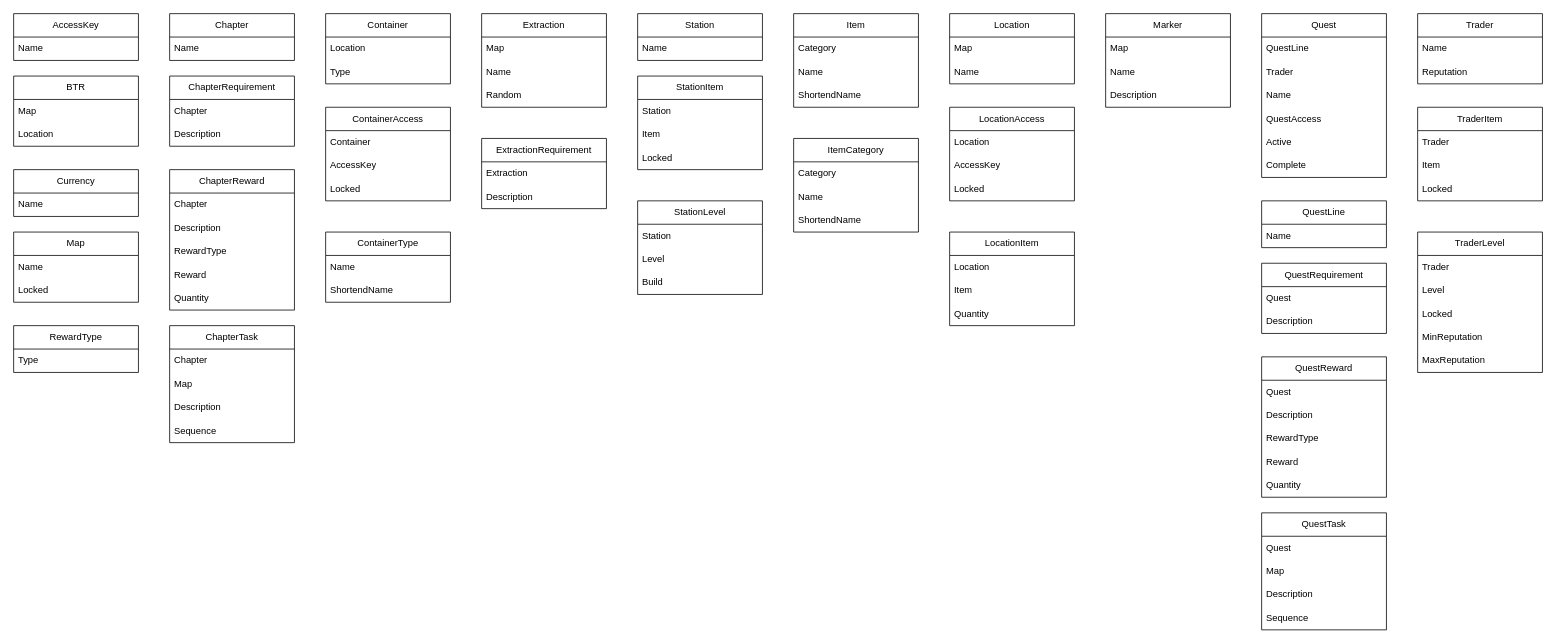
The draw.io diagram page "Domain Model" (2 of 4) of eft_app_guide/__Documentation/Unified_Modeling_Language.drawio in niclashogh/eft_app_guide, before the edit. Source tidied: cells renumbered, new cells numbered last; positions are measured from the earlier drawing's top-left corner, leaving out a move shared by most shapes. Both pictures are drawn from the tidied source at 78%, with x=0, y=0 at pixel (13, 13).
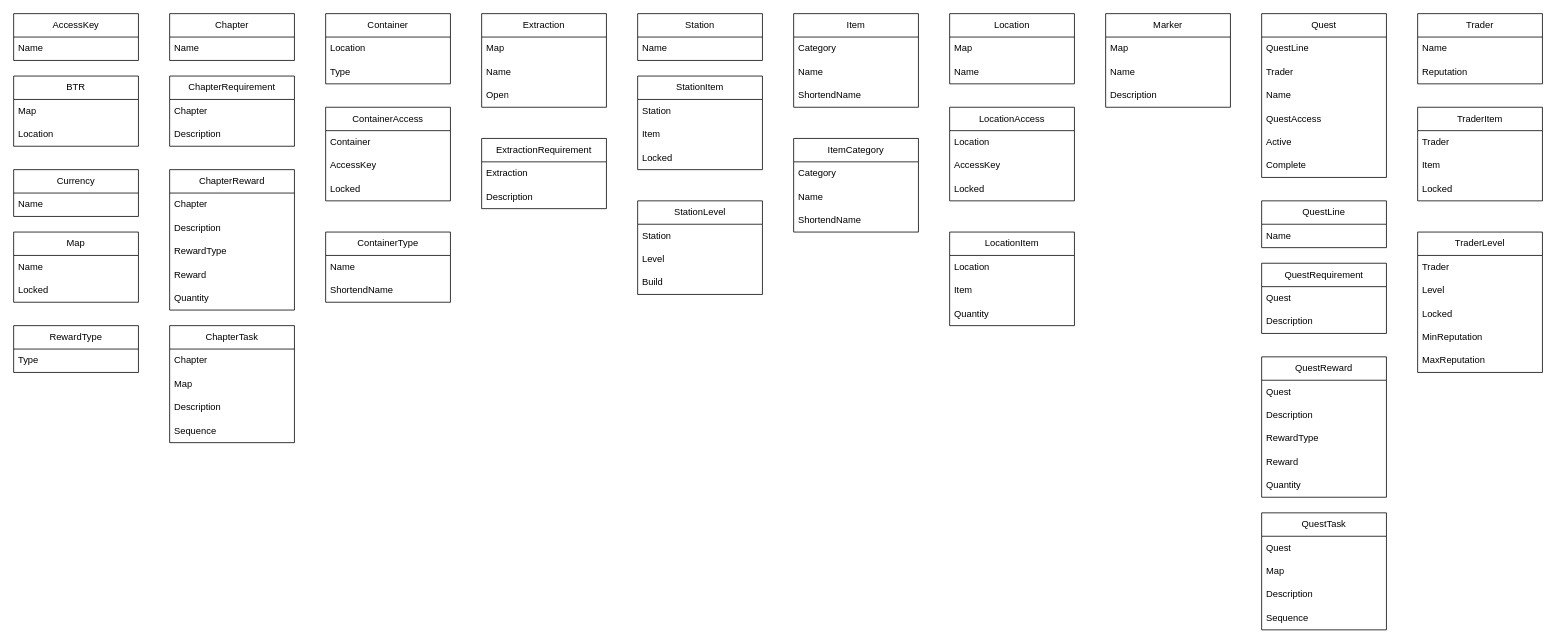
The same diagram, later.

Unchanged cells that the change refers to:
```xml
<mxCell id="35" value="Extraction" style="swimlane;fontStyle=0;horizontal=1;startSize=30;whiteSpace=wrap;html=1;" parent="1" vertex="1">
  <mxGeometry x="600" width="160" height="120" as="geometry" />
</mxCell>
```

The edit, as a diff of the source:
```diff
@@
-    <mxCell id="38" value="Random" style="text;strokeColor=none;fillColor=none;align=left;verticalAlign=middle;spacingLeft=4;spacingRight=4;overflow=hidden;whiteSpace=wrap;html=1;" parent="35" vertex="1">
+    <mxCell id="38" value="Open" style="text;strokeColor=none;fillColor=none;align=left;verticalAlign=middle;spacingLeft=4;spacingRight=4;overflow=hidden;whiteSpace=wrap;html=1;" parent="35" vertex="1">
       <mxGeometry y="90" width="160" height="30" as="geometry" />
     </mxCell>
```
